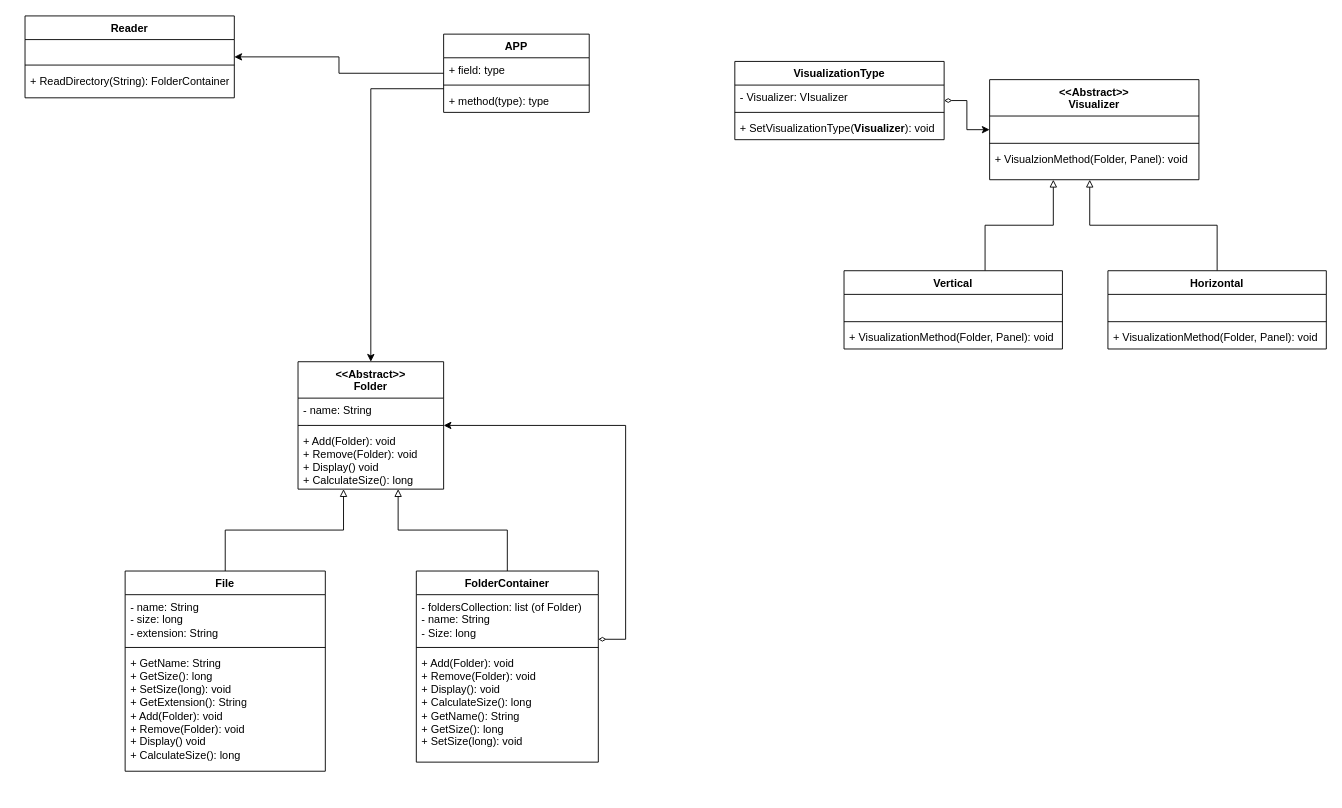
This is SWE-316-Homework-02/diagram/UML-Class diagram.drawio from Osamah-Alomari/SWE-316-Homework-02, a draw.io file, before an edit. Source tidied: cells renumbered, new cells numbered last; positions are measured from the earlier drawing's top-left corner, leaving out a move shared by most shapes. Both pictures are drawn from the tidied source at 91%, with x=0, y=0 at pixel (25, 15).
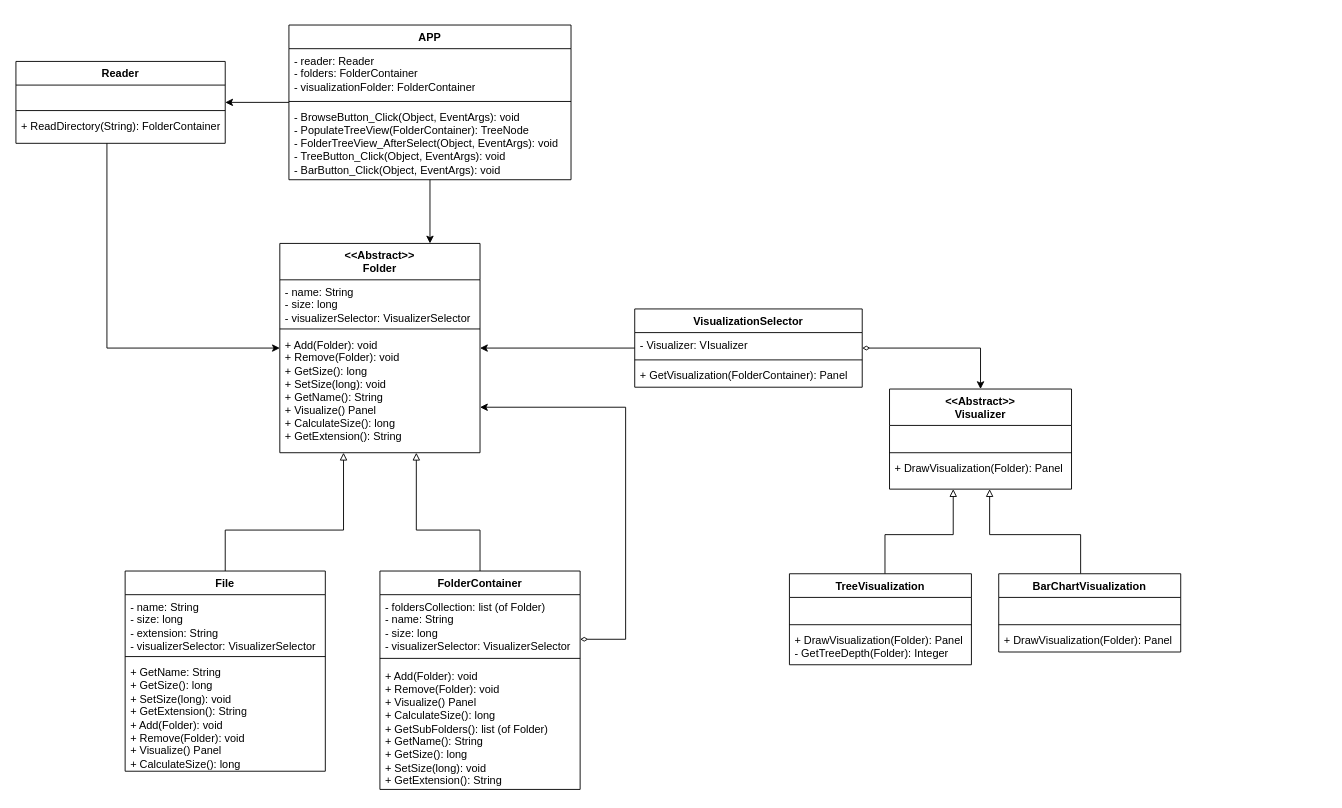
After the change.

Unchanged cells that the change refers to:
```xml
<mxCell id="19" value="File" style="swimlane;fontStyle=1;align=center;verticalAlign=top;horizontal=1;startSize=26;whiteSpace=wrap;html=1;" parent="1" vertex="1">
  <mxGeometry x="110" y="610" width="220" height="220" as="geometry" />
</mxCell>
```

The edit, as a diff of the source:
```diff
@@
     <mxCell id="4" value="APP" style="swimlane;fontStyle=1;align=center;verticalAlign=top;horizontal=1;startSize=26;whiteSpace=wrap;html=1;" parent="1" vertex="1">
-      <mxGeometry x="460" y="20" width="160" height="86" as="geometry" />
+      <mxGeometry x="290" y="10" width="310" height="170" as="geometry" />
     </mxCell>
-    <mxCell id="5" value="+ field: type" style="text;strokeColor=none;fillColor=none;align=left;verticalAlign=top;spacingLeft=4;spacingRight=4;overflow=hidden;whiteSpace=wrap;html=1;" parent="4" vertex="1">
-      <mxGeometry y="26" width="160" height="26" as="geometry" />
+    <mxCell id="5" value="- reader: Reader&lt;div&gt;- folders: FolderContainer&lt;/div&gt;&lt;div&gt;-&amp;nbsp;visualizationFolder:&amp;nbsp;FolderContainer&lt;/div&gt;" style="text;strokeColor=none;fillColor=none;align=left;verticalAlign=top;spacingLeft=4;spacingRight=4;overflow=hidden;whiteSpace=wrap;html=1;" parent="4" vertex="1">
+      <mxGeometry y="26" width="310" height="54" as="geometry" />
     </mxCell>
     <mxCell id="6" style="line;strokeWidth=1;fillColor=none;align=left;verticalAlign=middle;spacingTop=-1;spacingLeft=3;spacingRight=3;labelPosition=right;strokeColor=inherit;" parent="4" vertex="1">
-      <mxGeometry y="52" width="160" height="8" as="geometry" />
+      <mxGeometry y="80" width="310" height="8" as="geometry" />
     </mxCell>
-    <mxCell id="7" value="+ method(type): type" style="text;strokeColor=none;fillColor=none;align=left;verticalAlign=top;spacingLeft=4;spacingRight=4;overflow=hidden;whiteSpace=wrap;html=1;" parent="4" vertex="1">
-      <mxGeometry y="60" width="160" height="26" as="geometry" />
+    <mxCell id="7" value="&lt;div&gt;- BrowseButton_Click(Object, EventArgs): void&lt;/div&gt;- PopulateTreeView(FolderContainer): TreeNode&lt;div&gt;- FolderTreeView_AfterSelect(&lt;span style=&quot;background-color: transparent; color: light-dark(rgb(0, 0, 0), rgb(255, 255, 255));&quot;&gt;Object, EventArgs&lt;/span&gt;&lt;span style=&quot;background-color: transparent; color: light-dark(rgb(0, 0, 0), rgb(255, 255, 255));&quot;&gt;): void&lt;/span&gt;&lt;/div&gt;&lt;div&gt;-&amp;nbsp;TreeButton_Click(&lt;span style=&quot;background-color: transparent; color: light-dark(rgb(0, 0, 0), rgb(255, 255, 255));&quot;&gt;Object, EventArgs&lt;/span&gt;&lt;span style=&quot;background-color: transparent; color: light-dark(rgb(0, 0, 0), rgb(255, 255, 255));&quot;&gt;): void&lt;/span&gt;&lt;/div&gt;&lt;div&gt;-&amp;nbsp;BarButton_Click(&lt;span style=&quot;background-color: transparent; color: light-dark(rgb(0, 0, 0), rgb(255, 255, 255));&quot;&gt;Object, EventArgs&lt;/span&gt;&lt;span style=&quot;background-color: transparent; color: light-dark(rgb(0, 0, 0), rgb(255, 255, 255));&quot;&gt;): void&lt;/span&gt;&lt;/div&gt;&lt;div&gt;&lt;br&gt;&lt;/div&gt;" style="text;strokeColor=none;fillColor=none;align=left;verticalAlign=top;spacingLeft=4;spacingRight=4;overflow=hidden;whiteSpace=wrap;html=1;" parent="4" vertex="1">
+      <mxGeometry y="88" width="310" height="82" as="geometry" />
     </mxCell>
     <mxCell id="8" value="&lt;div&gt;&amp;lt;&amp;lt;Abstract&amp;gt;&amp;gt;&lt;/div&gt;Folder" style="swimlane;fontStyle=1;align=center;verticalAlign=top;horizontal=1;startSize=40;whiteSpace=wrap;html=1;" parent="1" vertex="1">
-      <mxGeometry x="300" y="380" width="160" height="140" as="geometry" />
+      <mxGeometry x="280" y="250" width="220" height="230" as="geometry" />
     </mxCell>
-    <mxCell id="9" value="- name: String" style="text;strokeColor=none;fillColor=none;align=left;verticalAlign=top;spacingLeft=4;spacingRight=4;overflow=hidden;whiteSpace=wrap;html=1;" parent="8" vertex="1">
-      <mxGeometry y="40" width="160" height="26" as="geometry" />
+    <mxCell id="9" value="- name: String&lt;div&gt;- size: long&lt;br&gt;&lt;div&gt;-&amp;nbsp;visualizerSelector: VisualizerSelector&lt;/div&gt;&lt;/div&gt;" style="text;strokeColor=none;fillColor=none;align=left;verticalAlign=top;spacingLeft=4;spacingRight=4;overflow=hidden;whiteSpace=wrap;html=1;" parent="8" vertex="1">
+      <mxGeometry y="40" width="220" height="50" as="geometry" />
     </mxCell>
     <mxCell id="10" style="line;strokeWidth=1;fillColor=none;align=left;verticalAlign=middle;spacingTop=-1;spacingLeft=3;spacingRight=3;labelPosition=right;strokeColor=inherit;" parent="8" vertex="1">
-      <mxGeometry y="66" width="160" height="8" as="geometry" />
+      <mxGeometry y="90" width="220" height="8" as="geometry" />
     </mxCell>
-    <mxCell id="11" value="+ Add(Folder): void&lt;div&gt;+ Remove(Folder): void&lt;/div&gt;&lt;div&gt;+ Display() void&lt;/div&gt;&lt;div&gt;+ CalculateSize(): long&lt;/div&gt;" style="text;strokeColor=none;fillColor=none;align=left;verticalAlign=top;spacingLeft=4;spacingRight=4;overflow=hidden;whiteSpace=wrap;html=1;" parent="8" vertex="1">
-      <mxGeometry y="74" width="160" height="66" as="geometry" />
+    <mxCell id="11" value="+ Add(Folder): void&lt;div&gt;+ Remove(Folder): void&lt;/div&gt;&lt;div&gt;+ GetSize(): long&lt;/div&gt;&lt;div&gt;+ SetSize(long): void&lt;/div&gt;&lt;div&gt;+ GetName(): String&lt;/div&gt;&lt;div&gt;+ Visualize() Panel&lt;/div&gt;&lt;div&gt;+ CalculateSize(): long&lt;/div&gt;&lt;div&gt;+ GetExtension(): String&lt;/div&gt;" style="text;strokeColor=none;fillColor=none;align=left;verticalAlign=top;spacingLeft=4;spacingRight=4;overflow=hidden;whiteSpace=wrap;html=1;" parent="8" vertex="1">
+      <mxGeometry y="98" width="220" height="132" as="geometry" />
     </mxCell>
     <mxCell id="12" style="edgeStyle=orthogonalEdgeStyle;rounded=0;jettySize=auto;html=1;endArrow=block;endFill=0;" parent="1" edge="1" source="14" target="8">
       <mxGeometry relative="1" as="geometry">
         <Array as="points">
-          <mxPoint x="530" y="565" />
-          <mxPoint x="410" y="565" />
+          <mxPoint x="500" y="565" />
+          <mxPoint x="430" y="565" />
         </Array>
       </mxGeometry>
     </mxCell>
     <mxCell id="13" style="edgeStyle=orthogonalEdgeStyle;rounded=0;jettySize=auto;html=1;startArrow=diamondThin;startFill=0;" parent="1" edge="1" source="14" target="8">
       <mxGeometry relative="1" as="geometry">
         <Array as="points">
           <mxPoint x="660" y="685" />
-          <mxPoint x="660" y="450" />
+          <mxPoint x="660" y="430" />
         </Array>
       </mxGeometry>
     </mxCell>
     <mxCell id="14" value="FolderContainer" style="swimlane;fontStyle=1;align=center;verticalAlign=top;horizontal=1;startSize=26;whiteSpace=wrap;html=1;" parent="1" vertex="1">
-      <mxGeometry x="430" y="610" width="200" height="210" as="geometry" />
+      <mxGeometry x="390" y="610" width="220" height="240" as="geometry" />
     </mxCell>
-    <mxCell id="15" value="- foldersCollection: list (of Folder)&lt;div&gt;- name: String&lt;/div&gt;&lt;div&gt;- Size: long&lt;/div&gt;" style="text;strokeColor=none;fillColor=none;align=left;verticalAlign=top;spacingLeft=4;spacingRight=4;overflow=hidden;whiteSpace=wrap;html=1;" parent="14" vertex="1">
-      <mxGeometry y="26" width="200" height="54" as="geometry" />
+    <mxCell id="15" value="- foldersCollection: list (of Folder)&lt;div&gt;- name: String&lt;/div&gt;&lt;div&gt;- size: long&lt;/div&gt;&lt;div&gt;-&amp;nbsp;visualizerSelector: VisualizerSelector&lt;/div&gt;" style="text;strokeColor=none;fillColor=none;align=left;verticalAlign=top;spacingLeft=4;spacingRight=4;overflow=hidden;whiteSpace=wrap;html=1;" parent="14" vertex="1">
+      <mxGeometry y="26" width="220" height="64" as="geometry" />
     </mxCell>
     <mxCell id="16" style="line;strokeWidth=1;fillColor=none;align=left;verticalAlign=middle;spacingTop=-1;spacingLeft=3;spacingRight=3;labelPosition=right;strokeColor=inherit;" parent="14" vertex="1">
-      <mxGeometry y="80" width="200" height="8" as="geometry" />
+      <mxGeometry y="90" width="220" height="12" as="geometry" />
     </mxCell>
-    <mxCell id="17" value="&lt;div&gt;&lt;span style=&quot;background-color: transparent; color: light-dark(rgb(0, 0, 0), rgb(255, 255, 255));&quot;&gt;+ Add(Folder): void&lt;/span&gt;&lt;/div&gt;&lt;div&gt;+ Remove(Folder): void&lt;/div&gt;&lt;div&gt;+ Display(): void&lt;/div&gt;&lt;div&gt;+&amp;nbsp;CalculateSize(): long&lt;/div&gt;&lt;div&gt;+ GetName(): String&lt;/div&gt;&lt;div&gt;+ GetSize(): long&lt;/div&gt;&lt;div&gt;+ SetSize(long): void&lt;/div&gt;" style="text;strokeColor=none;fillColor=none;align=left;verticalAlign=top;spacingLeft=4;spacingRight=4;overflow=hidden;whiteSpace=wrap;html=1;" parent="14" vertex="1">
-      <mxGeometry y="88" width="200" height="122" as="geometry" />
+    <mxCell id="17" value="&lt;div&gt;&lt;span style=&quot;background-color: transparent; color: light-dark(rgb(0, 0, 0), rgb(255, 255, 255));&quot;&gt;+ Add(Folder): void&lt;/span&gt;&lt;/div&gt;&lt;div&gt;+ Remove(Folder): void&lt;/div&gt;&lt;div&gt;&lt;div&gt;+ Visualize() Panel&lt;/div&gt;&lt;/div&gt;&lt;div&gt;+&amp;nbsp;CalculateSize(): long&lt;/div&gt;&lt;div&gt;+ GetSubFolders(): list (of Folder)&lt;/div&gt;&lt;div&gt;+ GetName(): String&lt;/div&gt;&lt;div&gt;+ GetSize(): long&lt;/div&gt;&lt;div&gt;+ SetSize(long): void&lt;/div&gt;&lt;div&gt;+ GetExtension(): String&lt;/div&gt;" style="text;strokeColor=none;fillColor=none;align=left;verticalAlign=top;spacingLeft=4;spacingRight=4;overflow=hidden;whiteSpace=wrap;html=1;" parent="14" vertex="1">
+      <mxGeometry y="102" width="220" height="138" as="geometry" />
     </mxCell>
@@
-    <mxCell id="20" value="- name: String&lt;div&gt;- size: long&lt;/div&gt;&lt;div&gt;- extension: String&lt;/div&gt;" style="text;strokeColor=none;fillColor=none;align=left;verticalAlign=top;spacingLeft=4;spacingRight=4;overflow=hidden;whiteSpace=wrap;html=1;" parent="19" vertex="1">
-      <mxGeometry y="26" width="220" height="54" as="geometry" />
+    <mxCell id="20" value="- name: String&lt;div&gt;- size: long&lt;/div&gt;&lt;div&gt;- extension: String&lt;/div&gt;&lt;div&gt;-&amp;nbsp;visualizerSelector: VisualizerSelector&lt;/div&gt;" style="text;strokeColor=none;fillColor=none;align=left;verticalAlign=top;spacingLeft=4;spacingRight=4;overflow=hidden;whiteSpace=wrap;html=1;" parent="19" vertex="1">
+      <mxGeometry y="26" width="220" height="64" as="geometry" />
     </mxCell>
     <mxCell id="21" style="line;strokeWidth=1;fillColor=none;align=left;verticalAlign=middle;spacingTop=-1;spacingLeft=3;spacingRight=3;labelPosition=right;strokeColor=inherit;" parent="19" vertex="1">
-      <mxGeometry y="80" width="220" height="8" as="geometry" />
+      <mxGeometry y="90" width="220" height="8" as="geometry" />
     </mxCell>
-    <mxCell id="22" value="&lt;div&gt;+ GetName: String&lt;/div&gt;+ GetSize(): long&lt;div&gt;+ SetSize(long): void&lt;br&gt;&lt;div&gt;+ GetExtension(): String&lt;/div&gt;&lt;div&gt;+ Add(Folder): void&lt;div&gt;+ Remove(Folder): void&lt;/div&gt;&lt;/div&gt;&lt;div&gt;+ Display() void&lt;/div&gt;&lt;div&gt;+ CalculateSize(): long&lt;/div&gt;&lt;/div&gt;" style="text;strokeColor=none;fillColor=none;align=left;verticalAlign=top;spacingLeft=4;spacingRight=4;overflow=hidden;whiteSpace=wrap;html=1;" parent="19" vertex="1">
-      <mxGeometry y="88" width="220" height="132" as="geometry" />
+    <mxCell id="22" value="&lt;div&gt;+ GetName: String&lt;/div&gt;+ GetSize(): long&lt;div&gt;+ SetSize(long): void&lt;br&gt;&lt;div&gt;+ GetExtension(): String&lt;/div&gt;&lt;div&gt;+ Add(Folder): void&lt;div&gt;+ Remove(Folder): void&lt;/div&gt;&lt;/div&gt;&lt;div&gt;&lt;div&gt;+ Visualize() Panel&lt;/div&gt;&lt;/div&gt;&lt;div&gt;+ CalculateSize(): long&lt;/div&gt;&lt;/div&gt;" style="text;strokeColor=none;fillColor=none;align=left;verticalAlign=top;spacingLeft=4;spacingRight=4;overflow=hidden;whiteSpace=wrap;html=1;" parent="19" vertex="1">
+      <mxGeometry y="98" width="220" height="122" as="geometry" />
     </mxCell>
     <mxCell id="23" value="&lt;div&gt;&amp;lt;&amp;lt;Abstract&amp;gt;&amp;gt;&lt;/div&gt;Visualizer" style="swimlane;fontStyle=1;align=center;verticalAlign=top;horizontal=1;startSize=40;whiteSpace=wrap;html=1;" parent="1" vertex="1">
-      <mxGeometry x="1060" y="70" width="230" height="110" as="geometry" />
+      <mxGeometry x="950" y="410" width="200" height="110" as="geometry" />
     </mxCell>
     <mxCell id="24" value="&lt;div&gt;&lt;br&gt;&lt;/div&gt;&lt;div&gt;&lt;br&gt;&lt;/div&gt;" style="text;strokeColor=none;fillColor=none;align=left;verticalAlign=top;spacingLeft=4;spacingRight=4;overflow=hidden;whiteSpace=wrap;html=1;" parent="23" vertex="1">
-      <mxGeometry y="40" width="230" height="26" as="geometry" />
+      <mxGeometry y="40" width="200" height="26" as="geometry" />
     </mxCell>
     <mxCell id="25" style="line;strokeWidth=1;fillColor=none;align=left;verticalAlign=middle;spacingTop=-1;spacingLeft=3;spacingRight=3;labelPosition=right;strokeColor=inherit;" parent="23" vertex="1">
-      <mxGeometry y="66" width="230" height="8" as="geometry" />
+      <mxGeometry y="66" width="200" height="8" as="geometry" />
     </mxCell>
-    <mxCell id="26" value="+ VisualzionMethod(Folder, Panel): void" style="text;strokeColor=none;fillColor=none;align=left;verticalAlign=top;spacingLeft=4;spacingRight=4;overflow=hidden;whiteSpace=wrap;html=1;" parent="23" vertex="1">
-      <mxGeometry y="74" width="230" height="36" as="geometry" />
+    <mxCell id="26" value="+ DrawVisualization(Folder): Panel" style="text;strokeColor=none;fillColor=none;align=left;verticalAlign=top;spacingLeft=4;spacingRight=4;overflow=hidden;whiteSpace=wrap;html=1;" parent="23" vertex="1">
+      <mxGeometry y="74" width="200" height="36" as="geometry" />
     </mxCell>
     <mxCell id="27" style="edgeStyle=orthogonalEdgeStyle;rounded=0;jettySize=auto;html=1;endArrow=block;endFill=0;" parent="1" edge="1" source="28" target="23">
       <mxGeometry relative="1" as="geometry">
         <Array as="points">
-          <mxPoint x="1055" y="230" />
-          <mxPoint x="1130" y="230" />
+          <mxPoint x="945" y="570" />
+          <mxPoint x="1020" y="570" />
         </Array>
       </mxGeometry>
     </mxCell>
-    <mxCell id="28" value="Vertical" style="swimlane;fontStyle=1;align=center;verticalAlign=top;horizontal=1;startSize=26;whiteSpace=wrap;html=1;" parent="1" vertex="1">
-      <mxGeometry x="900" y="280" width="240" height="86" as="geometry" />
+    <mxCell id="28" value="TreeVisualization" style="swimlane;fontStyle=1;align=center;verticalAlign=top;horizontal=1;startSize=26;whiteSpace=wrap;html=1;" parent="1" vertex="1">
+      <mxGeometry x="840" y="613" width="200" height="100" as="geometry" />
     </mxCell>
     <mxCell id="29" value="&lt;div&gt;&lt;br&gt;&lt;/div&gt;&lt;div&gt;&lt;br&gt;&lt;/div&gt;" style="text;strokeColor=none;fillColor=none;align=left;verticalAlign=top;spacingLeft=4;spacingRight=4;overflow=hidden;whiteSpace=wrap;html=1;" parent="28" vertex="1">
-      <mxGeometry y="26" width="240" height="26" as="geometry" />
+      <mxGeometry y="26" width="200" height="26" as="geometry" />
     </mxCell>
     <mxCell id="30" style="line;strokeWidth=1;fillColor=none;align=left;verticalAlign=middle;spacingTop=-1;spacingLeft=3;spacingRight=3;labelPosition=right;strokeColor=inherit;" parent="28" vertex="1">
-      <mxGeometry y="52" width="240" height="8" as="geometry" />
+      <mxGeometry y="52" width="200" height="8" as="geometry" />
     </mxCell>
-    <mxCell id="31" value="+ VisualizationMethod(Folder, Panel): void" style="text;strokeColor=none;fillColor=none;align=left;verticalAlign=top;spacingLeft=4;spacingRight=4;overflow=hidden;whiteSpace=wrap;html=1;" parent="28" vertex="1">
-      <mxGeometry y="60" width="240" height="26" as="geometry" />
+    <mxCell id="31" value="+ DrawVisualization(Folder): Panel&lt;div&gt;-&amp;nbsp;GetTreeDepth(Folder): Integer&lt;/div&gt;" style="text;strokeColor=none;fillColor=none;align=left;verticalAlign=top;spacingLeft=4;spacingRight=4;overflow=hidden;whiteSpace=wrap;html=1;" parent="28" vertex="1">
+      <mxGeometry y="60" width="200" height="40" as="geometry" />
     </mxCell>
     <mxCell id="32" style="edgeStyle=orthogonalEdgeStyle;rounded=0;jettySize=auto;html=1;endArrow=block;endFill=0;" parent="1" edge="1" source="33" target="23">
       <mxGeometry relative="1" as="geometry">
         <Array as="points">
-          <mxPoint x="1310" y="230" />
-          <mxPoint x="1170" y="230" />
+          <mxPoint x="1160" y="570" />
+          <mxPoint x="1060" y="570" />
         </Array>
       </mxGeometry>
     </mxCell>
-    <mxCell id="33" value="Horizontal" style="swimlane;fontStyle=1;align=center;verticalAlign=top;horizontal=1;startSize=26;whiteSpace=wrap;html=1;" parent="1" vertex="1">
-      <mxGeometry x="1190" y="280" width="240" height="86" as="geometry" />
+    <mxCell id="33" value="BarChartVisualization" style="swimlane;fontStyle=1;align=center;verticalAlign=top;horizontal=1;startSize=26;whiteSpace=wrap;html=1;" parent="1" vertex="1">
+      <mxGeometry x="1070" y="613" width="200" height="86" as="geometry" />
     </mxCell>
     <mxCell id="34" value="&lt;div&gt;&lt;br&gt;&lt;/div&gt;&lt;div&gt;&lt;br&gt;&lt;/div&gt;" style="text;strokeColor=none;fillColor=none;align=left;verticalAlign=top;spacingLeft=4;spacingRight=4;overflow=hidden;whiteSpace=wrap;html=1;" parent="33" vertex="1">
-      <mxGeometry y="26" width="240" height="26" as="geometry" />
+      <mxGeometry y="26" width="200" height="26" as="geometry" />
     </mxCell>
     <mxCell id="35" style="line;strokeWidth=1;fillColor=none;align=left;verticalAlign=middle;spacingTop=-1;spacingLeft=3;spacingRight=3;labelPosition=right;strokeColor=inherit;" parent="33" vertex="1">
-      <mxGeometry y="52" width="240" height="8" as="geometry" />
+      <mxGeometry y="52" width="200" height="8" as="geometry" />
     </mxCell>
-    <mxCell id="36" value="+ VisualizationMethod(Folder, Panel): void" style="text;strokeColor=none;fillColor=none;align=left;verticalAlign=top;spacingLeft=4;spacingRight=4;overflow=hidden;whiteSpace=wrap;html=1;" parent="33" vertex="1">
-      <mxGeometry y="60" width="240" height="26" as="geometry" />
+    <mxCell id="36" value="+ DrawVisualization(Folder): Panel" style="text;strokeColor=none;fillColor=none;align=left;verticalAlign=top;spacingLeft=4;spacingRight=4;overflow=hidden;whiteSpace=wrap;html=1;" parent="33" vertex="1">
+      <mxGeometry y="60" width="200" height="26" as="geometry" />
     </mxCell>
+    <mxCell id="46" style="edgeStyle=orthogonalEdgeStyle;rounded=0;jettySize=auto;html=1;" parent="1" edge="1" source="37" target="8">
+      <mxGeometry relative="1" as="geometry">
+        <Array as="points">
+          <mxPoint x="90" y="365" />
+        </Array>
+      </mxGeometry>
+    </mxCell>
     <mxCell id="37" value="Reader" style="swimlane;fontStyle=1;align=center;verticalAlign=top;horizontal=1;startSize=26;whiteSpace=wrap;html=1;" parent="1" vertex="1">
-      <mxGeometry width="230" height="90" as="geometry" />
+      <mxGeometry x="-10" y="50" width="230" height="90" as="geometry" />
     </mxCell>
@@
+    <mxCell id="47" style="rounded=0;jettySize=auto;html=1;edgeStyle=orthogonalEdgeStyle;" parent="1" edge="1" source="42" target="8">
+      <mxGeometry relative="1" as="geometry" />
+    </mxCell>
-    <mxCell id="42" value="VisualizationType" style="swimlane;fontStyle=1;align=center;verticalAlign=top;horizontal=1;startSize=26;whiteSpace=wrap;html=1;" parent="1" vertex="1">
-      <mxGeometry x="780" y="50" width="230" height="86" as="geometry" />
+    <mxCell id="42" value="VisualizationSelector" style="swimlane;fontStyle=1;align=center;verticalAlign=top;horizontal=1;startSize=26;whiteSpace=wrap;html=1;" parent="1" vertex="1">
+      <mxGeometry x="670" y="322" width="250" height="86" as="geometry" />
     </mxCell>
     <mxCell id="43" value="- Visualizer: VIsualizer" style="text;strokeColor=none;fillColor=none;align=left;verticalAlign=top;spacingLeft=4;spacingRight=4;overflow=hidden;whiteSpace=wrap;html=1;" parent="42" vertex="1">
-      <mxGeometry y="26" width="230" height="26" as="geometry" />
+      <mxGeometry y="26" width="250" height="26" as="geometry" />
     </mxCell>
     <mxCell id="44" style="line;strokeWidth=1;fillColor=none;align=left;verticalAlign=middle;spacingTop=-1;spacingLeft=3;spacingRight=3;labelPosition=right;strokeColor=inherit;" parent="42" vertex="1">
-      <mxGeometry y="52" width="230" height="8" as="geometry" />
+      <mxGeometry y="52" width="250" height="8" as="geometry" />
     </mxCell>
-    <mxCell id="45" value="+ SetVisualizationType(&lt;span style=&quot;font-weight: 700; text-align: center;&quot;&gt;Visualizer&lt;/span&gt;): void" style="text;strokeColor=none;fillColor=none;align=left;verticalAlign=top;spacingLeft=4;spacingRight=4;overflow=hidden;whiteSpace=wrap;html=1;" parent="42" vertex="1">
-      <mxGeometry y="60" width="230" height="26" as="geometry" />
+    <mxCell id="45" value="+ GetVisualization(FolderContainer): Panel" style="text;strokeColor=none;fillColor=none;align=left;verticalAlign=top;spacingLeft=4;spacingRight=4;overflow=hidden;whiteSpace=wrap;html=1;" parent="42" vertex="1">
+      <mxGeometry y="60" width="250" height="26" as="geometry" />
     </mxCell>
```
